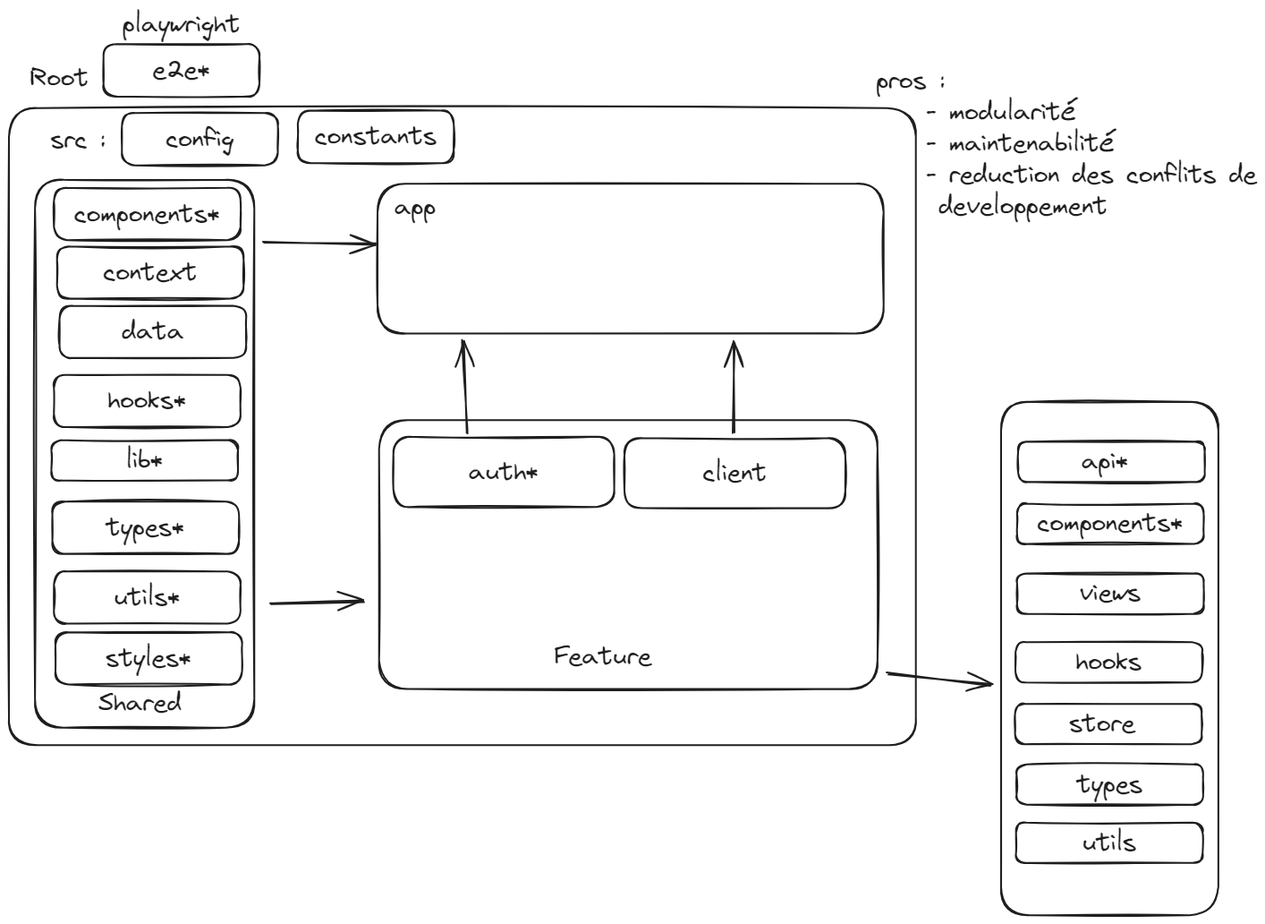
This is project-sturcture.excalidraw.png from Danmo-Ar/nextjs-architecture, a Excalidraw export, as it was before one commit. Source tidied: one line per element, renumbered; positions are measured from the earlier drawing's top-left corner, leaving out a move shared by most shapes.
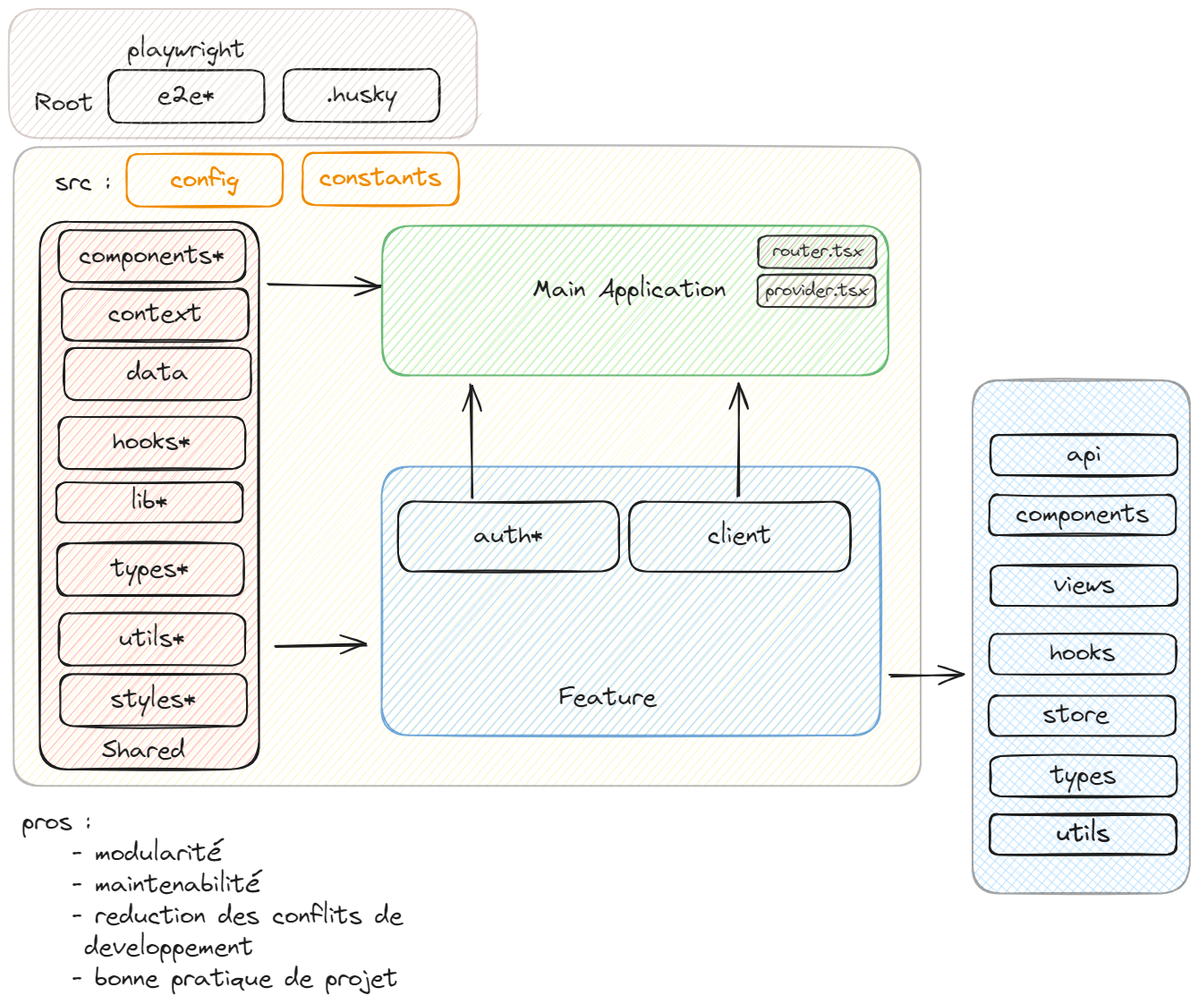
The same file after the commit.

Diff of the diagram source:
```diff
@@ -1,18 +1,18 @@
-{"id": 0, "type": "rectangle", "strokeColor": "#1e1e1e", "strokeWidth": 2, "roughness": 1, "round": true, "x": 0, "y": 111, "width": 1014, "height": 711}
+{"id": 0, "type": "rectangle", "strokeColor": "#1e1e1e", "backgroundColor": "#ffec99", "fillStyle": "hachure", "strokeWidth": 2, "roughness": 1, "opacity": 30, "round": true, "x": 0, "y": 107, "width": 1014, "height": 714}
-{"id": 1, "type": "rectangle", "strokeColor": "#1e1e1e", "strokeWidth": 2, "roughness": 1, "round": true, "x": 29, "y": 191, "width": 245, "height": 612}
+{"id": 1, "type": "rectangle", "strokeColor": "#1e1e1e", "backgroundColor": "#ffc9c9", "fillStyle": "hachure", "strokeWidth": 2, "roughness": 1, "round": true, "x": 29, "y": 191, "width": 245, "height": 612}
-{"id": 2, "type": "rectangle", "strokeColor": "#1e1e1e", "strokeWidth": 2, "roughness": 1, "round": true, "x": 412, "y": 195, "width": 566, "height": 167}
+{"id": 2, "type": "rectangle", "strokeColor": "#2f9e44", "backgroundColor": "#b2f2bb", "fillStyle": "hachure", "strokeWidth": 2, "roughness": 1, "opacity": 70, "round": true, "x": 412, "y": 195, "width": 566, "height": 167}
-{"id": 3, "type": "rectangle", "strokeColor": "#1e1e1e", "strokeWidth": 2, "roughness": 1, "round": true, "x": 414, "y": 459, "width": 557, "height": 300}
+{"id": 3, "type": "rectangle", "strokeColor": "#1971c2", "backgroundColor": "#a5d8ff", "fillStyle": "hachure", "strokeWidth": 2, "roughness": 1, "opacity": 60, "round": true, "x": 411, "y": 464, "width": 557, "height": 300}
-{"id": 4, "type": "text", "text": "Shared", "strokeColor": "#1e1e1e", "strokeWidth": 2, "roughness": 1, "fontSize": 28, "fontFamily": 1, "x": 100, "y": 758, "width": 93, "height": 35}
+{"id": 4, "type": "text", "text": "Shared", "strokeColor": "#1e1e1e", "strokeWidth": 2, "roughness": 1, "fontSize": 28, "fontFamily": 1, "x": 99, "y": 764, "width": 93, "height": 35}
 {"id": 5, "type": "text", "text": "Feature", "strokeColor": "#1e1e1e", "strokeWidth": 2, "roughness": 1, "fontSize": 28, "fontFamily": 1, "x": 609, "y": 706, "width": 109, "height": 35}
-{"id": 6, "type": "text", "text": "app", "strokeColor": "#1e1e1e", "strokeWidth": 2, "roughness": 1, "fontSize": 28, "fontFamily": 1, "x": 431, "y": 204, "width": 46, "height": 35}
+{"id": 6, "type": "text", "text": "Main Application", "strokeColor": "#1e1e1e", "strokeWidth": 2, "roughness": 1, "fontSize": 28, "fontFamily": 1, "x": 580, "y": 250, "width": 216, "height": 35}
 {"id": 7, "type": "arrow", "strokeColor": "#1e1e1e", "strokeWidth": 2, "roughness": 1, "endArrowhead": "arrow", "round": true, "from": 1, "to": 2, "x": 285, "y": 261, "width": 124, "height": 0, "points": [[0, 0], [124, 0]]}
-{"id": 8, "type": "arrow", "strokeColor": "#1e1e1e", "strokeWidth": 2, "roughness": 1, "endArrowhead": "arrow", "round": true, "from": 1, "to": 3, "x": 292, "y": 665, "width": 105, "height": 3, "points": [[0, 0], [105, -3]]}
+{"id": 8, "type": "arrow", "strokeColor": "#1e1e1e", "strokeWidth": 2, "roughness": 1, "endArrowhead": "arrow", "round": true, "from": 1, "to": 3, "x": 292, "y": 666, "width": 102, "height": 2, "points": [[0, 0], [102, -2]]}
-{"id": 9, "type": "rectangle", "strokeColor": "#1e1e1e", "strokeWidth": 2, "roughness": 1, "round": true, "x": 688, "y": 479, "width": 247, "height": 78}
+{"id": 9, "type": "rectangle", "strokeColor": "#1e1e1e", "strokeWidth": 2, "roughness": 1, "round": true, "x": 688, "y": 503, "width": 247, "height": 78}
-{"id": 10, "type": "text", "text": "client", "strokeColor": "#1e1e1e", "strokeWidth": 2, "roughness": 1, "fontSize": 28, "fontFamily": 1, "textAlign": "center", "verticalAlign": "middle", "inside": 9, "x": 776, "y": 501, "width": 72, "height": 35}
+{"id": 10, "type": "text", "text": "client", "strokeColor": "#1e1e1e", "strokeWidth": 2, "roughness": 1, "fontSize": 28, "fontFamily": 1, "textAlign": "center", "verticalAlign": "middle", "inside": 9, "x": 776, "y": 525, "width": 72, "height": 35}
-{"id": 11, "type": "rectangle", "strokeColor": "#1e1e1e", "strokeWidth": 2, "roughness": 1, "round": true, "x": 430, "y": 478, "width": 247, "height": 78}
+{"id": 11, "type": "rectangle", "strokeColor": "#1e1e1e", "strokeWidth": 2, "roughness": 1, "round": true, "x": 430, "y": 503, "width": 247, "height": 78}
-{"id": 12, "type": "text", "text": "auth*", "strokeColor": "#1e1e1e", "strokeWidth": 2, "roughness": 1, "fontSize": 28, "fontFamily": 1, "textAlign": "center", "verticalAlign": "middle", "inside": 11, "x": 514, "y": 500, "width": 79, "height": 35}
+{"id": 12, "type": "text", "text": "auth*", "strokeColor": "#1e1e1e", "strokeWidth": 2, "roughness": 1, "fontSize": 28, "fontFamily": 1, "textAlign": "center", "verticalAlign": "middle", "inside": 11, "x": 514, "y": 525, "width": 79, "height": 35}
-{"id": 13, "type": "arrow", "strokeColor": "#1e1e1e", "strokeWidth": 2, "roughness": 1, "endArrowhead": "arrow", "round": true, "from": 11, "to": 2, "x": 511, "y": 473, "width": 4, "height": 103, "points": [[0, 0], [-4, -103]]}
+{"id": 13, "type": "arrow", "strokeColor": "#1e1e1e", "strokeWidth": 2, "roughness": 1, "endArrowhead": "arrow", "round": true, "from": 11, "to": 2, "x": 512, "y": 498, "width": 1, "height": 126, "points": [[0, 0], [-1, -126]]}
-{"id": 14, "type": "arrow", "strokeColor": "#1e1e1e", "strokeWidth": 2, "roughness": 1, "endArrowhead": "arrow", "round": true, "from": 9, "to": 2, "x": 810, "y": 472, "width": 2, "height": 100, "points": [[0, 0], [2, -100]]}
+{"id": 14, "type": "arrow", "strokeColor": "#1e1e1e", "strokeWidth": 2, "roughness": 1, "endArrowhead": "arrow", "round": true, "from": 9, "to": 2, "x": 810, "y": 497, "width": 2, "height": 124, "points": [[0, 0], [2, -124]]}
 {"id": 15, "type": "rectangle", "strokeColor": "#1e1e1e", "strokeWidth": 2, "roughness": 1, "round": true, "x": 54, "y": 265, "width": 209, "height": 58}
 {"id": 16, "type": "text", "text": "context", "strokeColor": "#1e1e1e", "strokeWidth": 2, "roughness": 1, "fontSize": 28, "fontFamily": 1, "textAlign": "center", "verticalAlign": "middle", "inside": 15, "x": 105, "y": 277, "width": 105, "height": 35}
 {"id": 17, "type": "rectangle", "strokeColor": "#1e1e1e", "strokeWidth": 2, "roughness": 1, "round": true, "x": 57, "y": 332, "width": 209, "height": 58}
@@ -27,31 +27,40 @@
 {"id": 26, "type": "text", "text": "utils*", "strokeColor": "#1e1e1e", "strokeWidth": 2, "roughness": 1, "fontSize": 28, "fontFamily": 1, "textAlign": "center", "verticalAlign": "middle", "inside": 25, "x": 117, "y": 640, "width": 75, "height": 35}
 {"id": 27, "type": "rectangle", "strokeColor": "#1e1e1e", "strokeWidth": 2, "roughness": 1, "round": true, "x": 50, "y": 200, "width": 209, "height": 58}
 {"id": 28, "type": "text", "text": "components*", "strokeColor": "#1e1e1e", "strokeWidth": 2, "roughness": 1, "fontSize": 28, "fontFamily": 1, "textAlign": "center", "verticalAlign": "middle", "inside": 27, "x": 73, "y": 212, "width": 164, "height": 35}
-{"id": 29, "type": "arrow", "strokeColor": "#1e1e1e", "strokeWidth": 2, "roughness": 1, "endArrowhead": "arrow", "round": true, "from": 3, "to": 30, "x": 982, "y": 742, "width": 117, "height": 14, "points": [[0, 0], [117, 14]]}
+{"id": 29, "type": "arrow", "strokeColor": "#1e1e1e", "strokeWidth": 2, "roughness": 1, "endArrowhead": "arrow", "round": true, "from": 3, "to": 30, "x": 979, "y": 698, "width": 82, "height": 0, "points": [[0, 0], [82, 0]]}
-{"id": 30, "type": "rectangle", "strokeColor": "#1e1e1e", "strokeWidth": 2, "roughness": 1, "round": true, "x": 1109, "y": 439, "width": 243, "height": 573}
+{"id": 30, "type": "rectangle", "strokeColor": "#1e1e1e", "backgroundColor": "#a5d8ff", "fillStyle": "cross-hatch", "strokeWidth": 2, "roughness": 1, "opacity": 40, "round": true, "x": 1072, "y": 368, "width": 243, "height": 573}
-{"id": 31, "type": "rectangle", "strokeColor": "#1e1e1e", "strokeWidth": 2, "roughness": 1, "round": true, "x": 1128, "y": 483, "width": 209, "height": 45}
+{"id": 31, "type": "rectangle", "strokeColor": "#1e1e1e", "strokeWidth": 2, "roughness": 1, "round": true, "x": 1092, "y": 429, "width": 209, "height": 45}
-{"id": 32, "type": "text", "text": "api* ", "strokeColor": "#1e1e1e", "strokeWidth": 2, "roughness": 1, "fontSize": 28, "fontFamily": 1, "textAlign": "center", "verticalAlign": "middle", "inside": 31, "x": 1199, "y": 488, "width": 67, "height": 35}
+{"id": 32, "type": "text", "text": "api", "strokeColor": "#1e1e1e", "strokeWidth": 2, "roughness": 1, "fontSize": 28, "fontFamily": 1, "textAlign": "center", "verticalAlign": "middle", "inside": 31, "x": 1177, "y": 434, "width": 39, "height": 35}
-{"id": 33, "type": "text", "text": "pros : \n    - modularité\n    - maintenabilité\n    - reduction des conflits de\n     developpement", "strokeColor": "#1e1e1e", "strokeWidth": 2, "roughness": 1, "fontSize": 28, "fontFamily": 1, "x": 969, "y": 63, "width": 426, "height": 175}
+{"id": 33, "type": "text", "text": "pros : \n    - modularité\n    - maintenabilité\n    - reduction des conflits de\n     developpement\n    - bonne pratique de projet", "strokeColor": "#1e1e1e", "strokeWidth": 2, "roughness": 1, "fontSize": 28, "fontFamily": 1, "x": 9, "y": 845, "width": 426, "height": 210}
-{"id": 34, "type": "rectangle", "strokeColor": "#1e1e1e", "strokeWidth": 2, "roughness": 1, "round": true, "x": 1127, "y": 552, "width": 209, "height": 45}
+{"id": 34, "type": "rectangle", "strokeColor": "#1e1e1e", "strokeWidth": 2, "roughness": 1, "round": true, "x": 1090, "y": 496, "width": 209, "height": 45}
-{"id": 35, "type": "text", "text": "components*", "strokeColor": "#1e1e1e", "strokeWidth": 2, "roughness": 1, "fontSize": 28, "fontFamily": 1, "textAlign": "center", "verticalAlign": "middle", "inside": 34, "x": 1149, "y": 557, "width": 164, "height": 35}
+{"id": 35, "type": "text", "text": "components", "strokeColor": "#1e1e1e", "strokeWidth": 2, "roughness": 1, "fontSize": 28, "fontFamily": 1, "textAlign": "center", "verticalAlign": "middle", "inside": 34, "x": 1120, "y": 501, "width": 149, "height": 35}
-{"id": 36, "type": "rectangle", "strokeColor": "#1e1e1e", "strokeWidth": 2, "roughness": 1, "round": true, "x": 1127, "y": 630, "width": 209, "height": 45}
+{"id": 36, "type": "rectangle", "strokeColor": "#1e1e1e", "strokeWidth": 2, "roughness": 1, "round": true, "x": 1092, "y": 575, "width": 209, "height": 45}
-{"id": 37, "type": "text", "text": "views", "strokeColor": "#1e1e1e", "strokeWidth": 2, "roughness": 1, "fontSize": 28, "fontFamily": 1, "textAlign": "center", "verticalAlign": "middle", "inside": 36, "x": 1197, "y": 635, "width": 68, "height": 35}
+{"id": 37, "type": "text", "text": "views", "strokeColor": "#1e1e1e", "strokeWidth": 2, "roughness": 1, "fontSize": 28, "fontFamily": 1, "textAlign": "center", "verticalAlign": "middle", "inside": 36, "x": 1162, "y": 580, "width": 68, "height": 35}
-{"id": 38, "type": "rectangle", "strokeColor": "#1e1e1e", "strokeWidth": 2, "roughness": 1, "round": true, "x": 1125, "y": 707, "width": 209, "height": 45}
+{"id": 38, "type": "rectangle", "strokeColor": "#1e1e1e", "strokeWidth": 2, "roughness": 1, "round": true, "x": 1090, "y": 651, "width": 209, "height": 45}
-{"id": 39, "type": "text", "text": "hooks", "strokeColor": "#1e1e1e", "strokeWidth": 2, "roughness": 1, "fontSize": 28, "fontFamily": 1, "textAlign": "center", "verticalAlign": "middle", "inside": 38, "x": 1193, "y": 712, "width": 74, "height": 35}
+{"id": 39, "type": "text", "text": "hooks", "strokeColor": "#1e1e1e", "strokeWidth": 2, "roughness": 1, "fontSize": 28, "fontFamily": 1, "textAlign": "center", "verticalAlign": "middle", "inside": 38, "x": 1158, "y": 656, "width": 74, "height": 35}
-{"id": 40, "type": "rectangle", "strokeColor": "#1e1e1e", "strokeWidth": 2, "roughness": 1, "round": true, "x": 1125, "y": 776, "width": 209, "height": 45}
+{"id": 40, "type": "rectangle", "strokeColor": "#1e1e1e", "strokeWidth": 2, "roughness": 1, "round": true, "x": 1090, "y": 720, "width": 209, "height": 45}
-{"id": 41, "type": "text", "text": "store ", "strokeColor": "#1e1e1e", "strokeWidth": 2, "roughness": 1, "fontSize": 28, "fontFamily": 1, "textAlign": "center", "verticalAlign": "middle", "inside": 40, "x": 1185, "y": 781, "width": 88, "height": 35}
+{"id": 41, "type": "text", "text": "store ", "strokeColor": "#1e1e1e", "strokeWidth": 2, "roughness": 1, "fontSize": 28, "fontFamily": 1, "textAlign": "center", "verticalAlign": "middle", "inside": 40, "x": 1150, "y": 725, "width": 88, "height": 35}
-{"id": 42, "type": "rectangle", "strokeColor": "#1e1e1e", "strokeWidth": 2, "roughness": 1, "round": true, "x": 1126, "y": 844, "width": 209, "height": 45}
+{"id": 42, "type": "rectangle", "strokeColor": "#1e1e1e", "strokeWidth": 2, "roughness": 1, "round": true, "x": 1091, "y": 788, "width": 209, "height": 45}
-{"id": 43, "type": "text", "text": "types", "strokeColor": "#1e1e1e", "strokeWidth": 2, "roughness": 1, "fontSize": 28, "fontFamily": 1, "textAlign": "center", "verticalAlign": "middle", "inside": 42, "x": 1194, "y": 849, "width": 73, "height": 35}
+{"id": 43, "type": "text", "text": "types", "strokeColor": "#1e1e1e", "strokeWidth": 2, "roughness": 1, "fontSize": 28, "fontFamily": 1, "textAlign": "center", "verticalAlign": "middle", "inside": 42, "x": 1159, "y": 793, "width": 73, "height": 35}
-{"id": 44, "type": "rectangle", "strokeColor": "#1e1e1e", "strokeWidth": 2, "roughness": 1, "round": true, "x": 1126, "y": 909, "width": 209, "height": 45}
-{"id": 45, "type": "text", "text": "utils", "strokeColor": "#1e1e1e", "strokeWidth": 2, "roughness": 1, "fontSize": 28, "fontFamily": 1, "textAlign": "center", "verticalAlign": "middle", "inside": 44, "x": 1200, "y": 914, "width": 60, "height": 35}
+{"id": 57, "type": "rectangle", "strokeColor": "#1e1e1e", "strokeWidth": 2, "roughness": 1, "round": true, "x": 1091, "y": 853, "width": 209, "height": 45}
+{"id": 58, "type": "text", "text": "utils", "strokeColor": "#1e1e1e", "strokeWidth": 2, "roughness": 1, "fontSize": 28, "fontFamily": 1, "textAlign": "center", "verticalAlign": "middle", "inside": 57, "x": 1165, "y": 858, "width": 60, "height": 35}
-{"id": 46, "type": "text", "text": "Root", "strokeColor": "#1e1e1e", "strokeWidth": 2, "roughness": 1, "fontSize": 28, "fontFamily": 1, "x": 23, "y": 60, "width": 66, "height": 35}
+{"id": 46, "type": "text", "text": "Root", "strokeColor": "#1e1e1e", "strokeWidth": 2, "roughness": 1, "fontSize": 28, "fontFamily": 1, "x": 23, "y": 41, "width": 66, "height": 35}
-{"id": 47, "type": "rectangle", "strokeColor": "#1e1e1e", "strokeWidth": 2, "roughness": 1, "round": true, "x": 106, "y": 39, "width": 174, "height": 59}
-{"id": 48, "type": "text", "text": "e2e*", "strokeColor": "#1e1e1e", "strokeWidth": 2, "roughness": 1, "fontSize": 28, "fontFamily": 1, "textAlign": "center", "verticalAlign": "middle", "inside": 47, "x": 160, "y": 51, "width": 65, "height": 35}
+{"id": 59, "type": "rectangle", "strokeColor": "#1e1e1e", "strokeWidth": 2, "roughness": 1, "round": true, "x": 106, "y": 21, "width": 174, "height": 59}
+{"id": 60, "type": "text", "text": "e2e*", "strokeColor": "#1e1e1e", "strokeWidth": 2, "roughness": 1, "fontSize": 28, "fontFamily": 1, "textAlign": "center", "verticalAlign": "middle", "inside": 59, "x": 160, "y": 33, "width": 65, "height": 35}
 {"id": 49, "type": "text", "text": "src : ", "strokeColor": "#1e1e1e", "strokeWidth": 2, "roughness": 1, "fontSize": 28, "fontFamily": 1, "x": 46, "y": 129, "width": 76, "height": 35}
-{"id": 50, "type": "rectangle", "strokeColor": "#1e1e1e", "strokeWidth": 2, "roughness": 1, "round": true, "x": 126, "y": 116, "width": 174, "height": 59}
+{"id": 50, "type": "rectangle", "strokeColor": "#f08c00", "strokeWidth": 2, "roughness": 1, "round": true, "x": 126, "y": 115, "width": 174, "height": 59}
-{"id": 51, "type": "text", "text": "config", "strokeColor": "#1e1e1e", "strokeWidth": 2, "roughness": 1, "fontSize": 28, "fontFamily": 1, "textAlign": "center", "verticalAlign": "middle", "inside": 50, "x": 175, "y": 128, "width": 76, "height": 35}
+{"id": 51, "type": "text", "text": "config", "strokeColor": "#f08c00", "strokeWidth": 2, "roughness": 1, "fontSize": 28, "fontFamily": 1, "textAlign": "center", "verticalAlign": "middle", "inside": 50, "x": 175, "y": 127, "width": 76, "height": 35}
-{"id": 52, "type": "rectangle", "strokeColor": "#1e1e1e", "strokeWidth": 2, "roughness": 1, "round": true, "x": 323, "y": 114, "width": 174, "height": 59}
+{"id": 52, "type": "rectangle", "strokeColor": "#f08c00", "strokeWidth": 2, "roughness": 1, "round": true, "x": 323, "y": 114, "width": 174, "height": 59}
-{"id": 53, "type": "text", "text": "constants", "strokeColor": "#1e1e1e", "strokeWidth": 2, "roughness": 1, "fontSize": 28, "fontFamily": 1, "textAlign": "center", "verticalAlign": "middle", "inside": 52, "x": 342, "y": 125, "width": 136, "height": 35}
+{"id": 53, "type": "text", "text": "constants", "strokeColor": "#f08c00", "strokeWidth": 2, "roughness": 1, "fontSize": 28, "fontFamily": 1, "textAlign": "center", "verticalAlign": "middle", "inside": 52, "x": 342, "y": 125, "width": 136, "height": 35}
-{"id": 54, "type": "text", "text": "playwright", "strokeColor": "#1e1e1e", "strokeWidth": 2, "roughness": 1, "fontSize": 28, "fontFamily": 1, "x": 127, "y": 0, "width": 132, "height": 35}
+{"id": 54, "type": "text", "text": "playwright", "strokeColor": "#1e1e1e", "strokeWidth": 2, "roughness": 1, "fontSize": 28, "fontFamily": 1, "x": 127, "y": -18, "width": 132, "height": 35}
 {"id": 55, "type": "rectangle", "strokeColor": "#1e1e1e", "strokeWidth": 2, "roughness": 1, "round": true, "x": 52, "y": 696, "width": 209, "height": 58}
 {"id": 56, "type": "text", "text": "styles*", "strokeColor": "#1e1e1e", "strokeWidth": 2, "roughness": 1, "fontSize": 28, "fontFamily": 1, "textAlign": "center", "verticalAlign": "middle", "inside": 55, "x": 108, "y": 708, "width": 96, "height": 35}
+{"id": 44, "type": "rectangle", "strokeColor": "#1e1e1e", "strokeWidth": 2, "roughness": 1, "round": true, "x": 1091, "y": 853, "width": 209, "height": 45}
+{"id": 45, "type": "text", "text": "utils", "strokeColor": "#1e1e1e", "strokeWidth": 2, "roughness": 1, "fontSize": 28, "fontFamily": 1, "textAlign": "center", "verticalAlign": "middle", "inside": 44, "x": 1165, "y": 858, "width": 60, "height": 35}
+{"id": 47, "type": "rectangle", "strokeColor": "#1e1e1e", "strokeWidth": 2, "roughness": 1, "round": true, "x": 302, "y": 20, "width": 174, "height": 59}
+{"id": 48, "type": "text", "text": ".husky", "strokeColor": "#1e1e1e", "strokeWidth": 2, "roughness": 1, "fontSize": 28, "fontFamily": 1, "textAlign": "center", "verticalAlign": "middle", "inside": 47, "x": 349, "y": 32, "width": 79, "height": 35}
+{"id": 61, "type": "rectangle", "strokeColor": "#846358", "backgroundColor": "#d2bab0", "fillStyle": "hachure", "strokeWidth": 2, "roughness": 1, "opacity": 30, "round": true, "x": -5, "y": -47, "width": 523, "height": 144}
+{"id": 62, "type": "rectangle", "strokeColor": "#1e1e1e", "backgroundColor": "#d2bab0", "fillStyle": "hachure", "strokeWidth": 2, "roughness": 1, "opacity": 90, "round": true, "x": 832, "y": 206, "width": 132, "height": 36}
+{"id": 63, "type": "text", "text": "router.tsx", "strokeColor": "#1e1e1e", "backgroundColor": "#d2bab0", "fillStyle": "hachure", "strokeWidth": 2, "roughness": 1, "opacity": 90, "fontSize": 20, "fontFamily": 1, "textAlign": "center", "verticalAlign": "middle", "inside": 62, "x": 848, "y": 212, "width": 101, "height": 25}
+{"id": 64, "type": "rectangle", "strokeColor": "#1e1e1e", "backgroundColor": "#d2bab0", "fillStyle": "hachure", "strokeWidth": 2, "roughness": 1, "opacity": 90, "round": true, "x": 831, "y": 250, "width": 132, "height": 36}
+{"id": 65, "type": "text", "text": "provider.tsx", "strokeColor": "#1e1e1e", "backgroundColor": "#d2bab0", "fillStyle": "hachure", "strokeWidth": 2, "roughness": 1, "opacity": 90, "fontSize": 20, "fontFamily": 1, "textAlign": "center", "verticalAlign": "middle", "inside": 64, "x": 840, "y": 255, "width": 114, "height": 25}
```
